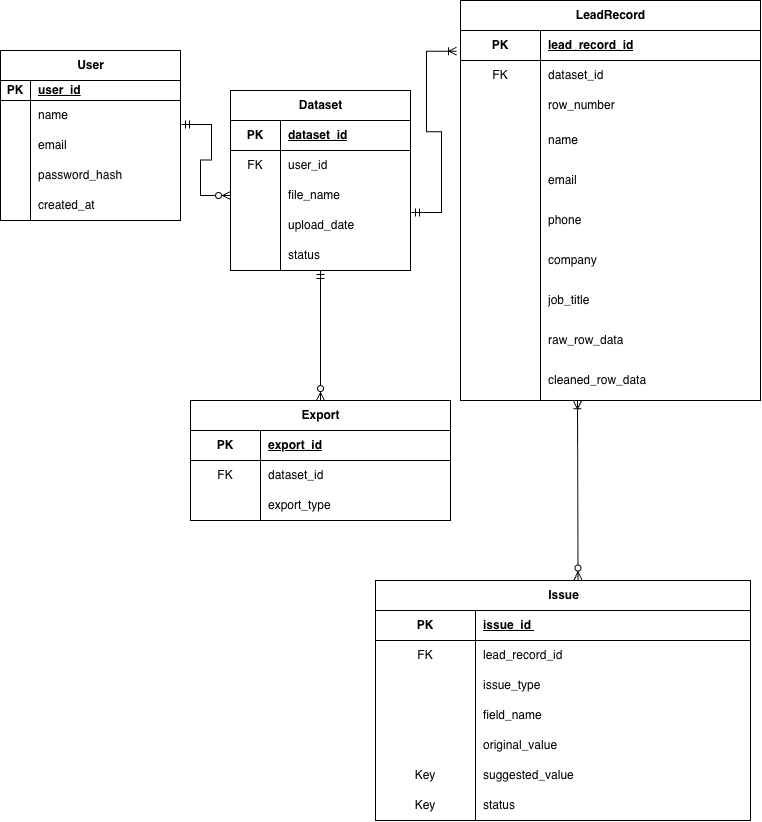
Above: docs/qualilead_er_diagram.drawio.png in dfamobio-code/csv-lead-cleaner (draw.io), before the change. Source tidied: cells renumbered, new cells last; positions are measured from the earlier drawing's top-left corner, leaving out a move shared by most shapes.
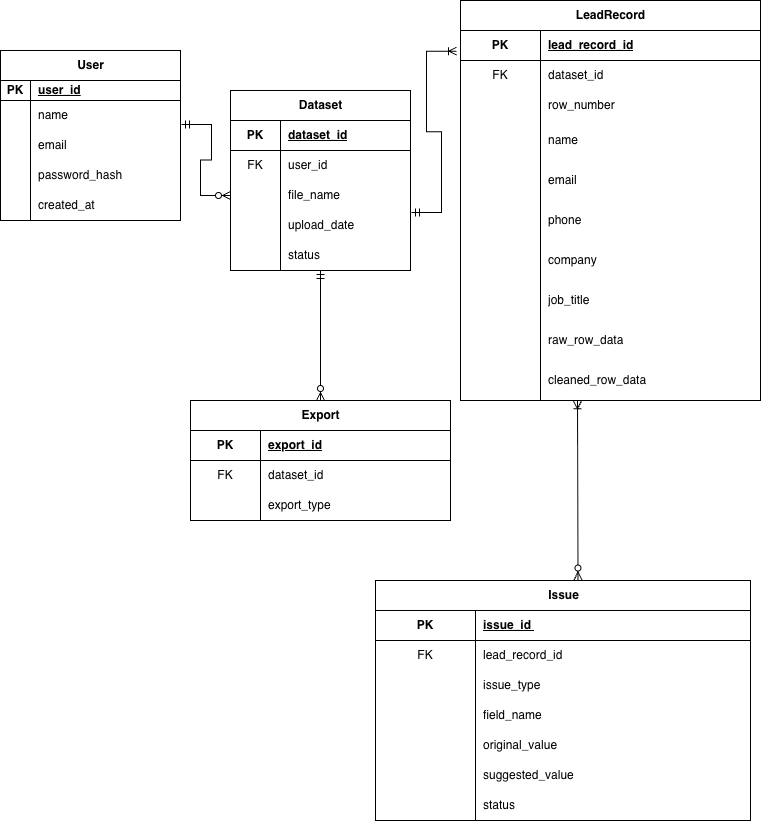
After the change.

Diff of the diagram source:
```diff
@@ -182,7 +182,7 @@
     <mxCell id="61" style="shape=tableRow;horizontal=0;startSize=0;swimlaneHead=0;swimlaneBody=0;fillColor=none;top=0;left=0;right=0;bottom=0;" parent="45" vertex="1">
       <mxGeometry y="180" width="375" height="30" as="geometry" />
     </mxCell>
-    <mxCell id="62" value="Key" style="shape=partialRectangle;fillColor=none;top=0;left=0;bottom=0;right=0;overflow=hidden;whiteSpace=wrap;html=1;" parent="61" vertex="1">
+    <mxCell id="62" style="shape=partialRectangle;fillColor=none;top=0;left=0;bottom=0;right=0;overflow=hidden;whiteSpace=wrap;html=1;" parent="61" vertex="1">
       <mxGeometry width="100" height="30" as="geometry" />
     </mxCell>
     <mxCell id="63" value="suggested_value" style="shape=partialRectangle;fillColor=none;top=0;left=0;bottom=0;right=0;align=left;spacingLeft=6;overflow=hidden;whiteSpace=wrap;html=1;" parent="61" vertex="1">
@@ -191,7 +191,7 @@
     <mxCell id="64" style="shape=tableRow;horizontal=0;startSize=0;swimlaneHead=0;swimlaneBody=0;fillColor=none;top=0;left=0;right=0;bottom=0;" parent="45" vertex="1">
       <mxGeometry y="210" width="375" height="30" as="geometry" />
     </mxCell>
-    <mxCell id="65" value="Key" style="shape=partialRectangle;fillColor=none;top=0;left=0;bottom=0;right=0;overflow=hidden;whiteSpace=wrap;html=1;" parent="64" vertex="1">
+    <mxCell id="65" style="shape=partialRectangle;fillColor=none;top=0;left=0;bottom=0;right=0;overflow=hidden;whiteSpace=wrap;html=1;" parent="64" vertex="1">
       <mxGeometry width="100" height="30" as="geometry" />
     </mxCell>
     <mxCell id="66" value="status" style="shape=partialRectangle;fillColor=none;top=0;left=0;bottom=0;right=0;align=left;spacingLeft=6;overflow=hidden;whiteSpace=wrap;html=1;" parent="64" vertex="1">
```
